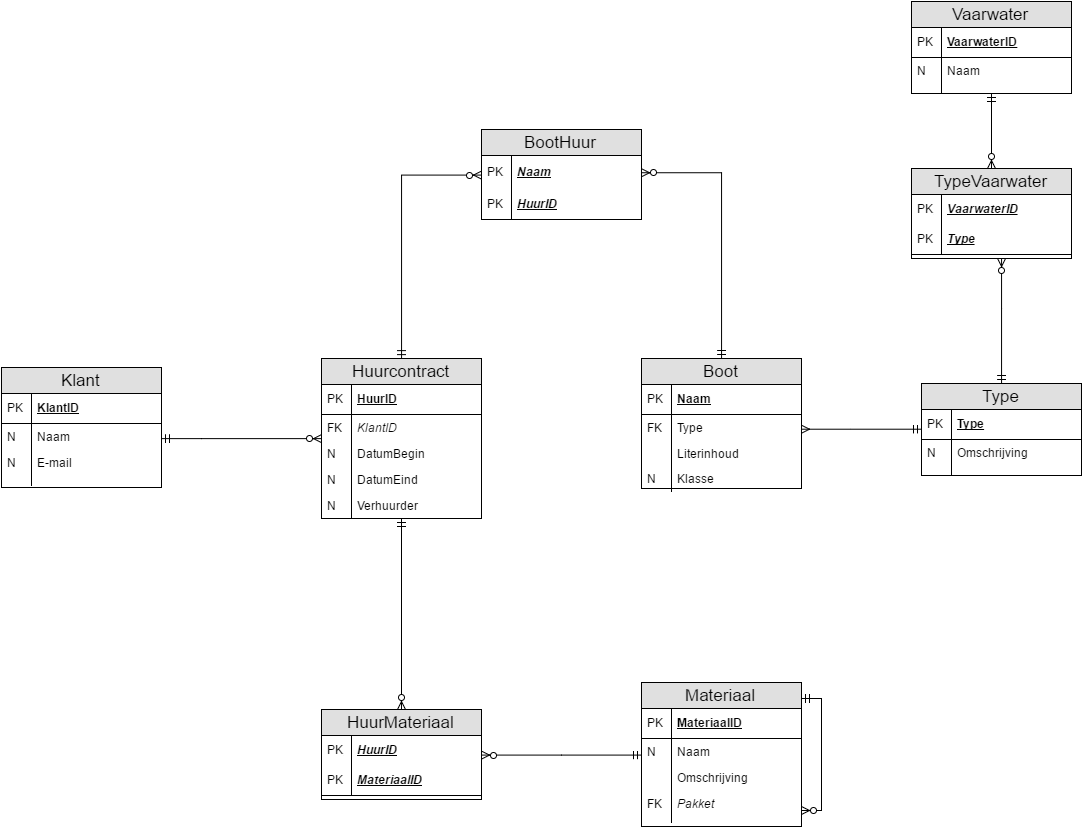
The draw.io diagram Documentatie/Database model 't Sloepke.png in FireRageNL/LivePerformance, before a commit. Source tidied: cells renumbered, new cells last; positions are measured from the earlier drawing's top-left corner, leaving out a move shared by most shapes.
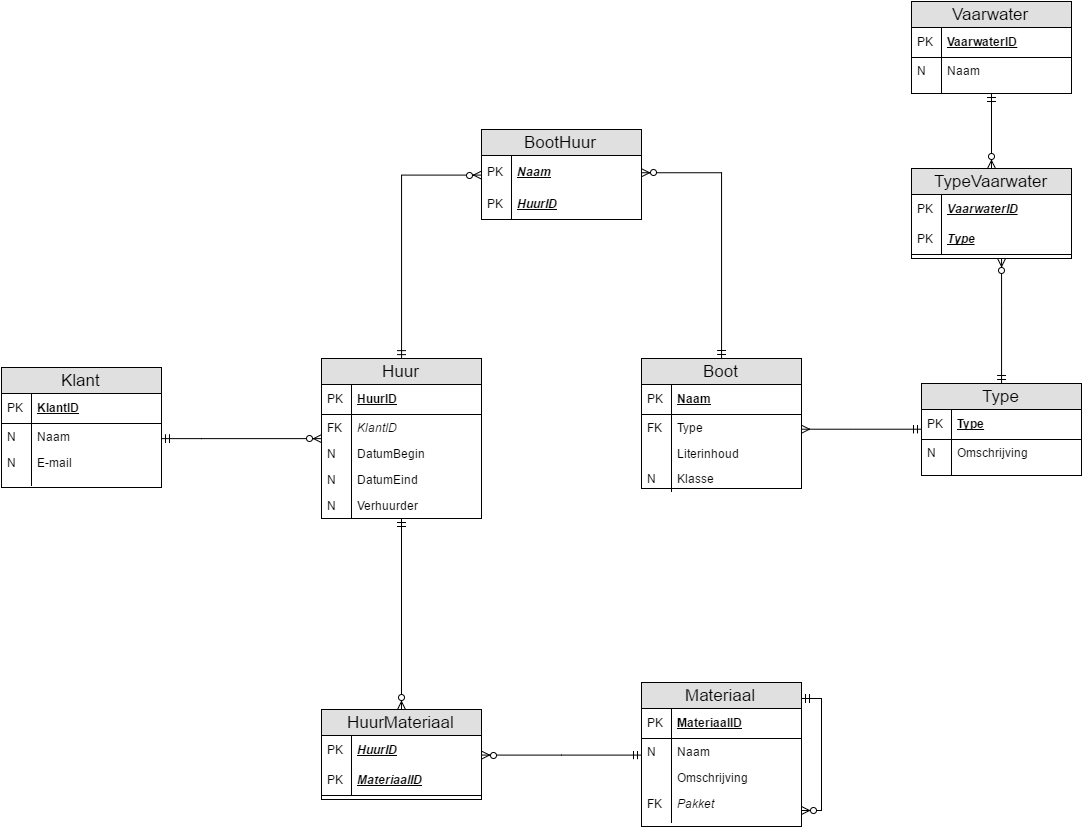
The same diagram one commit later.

Commit message:
kleine verandering in ERD en databasemodel (HUURCONTRACT hernoemd naar HUUR) plus kleine aanpassing in database sql bestand

The edit, as a diff of the source:
```diff
@@ -37,7 +37,7 @@
     <mxCell id="11" style="shape=partialRectangle;top=0;left=0;bottom=0;html=1;fillColor=none;align=left;verticalAlign=top;spacingLeft=4;spacingRight=4;whiteSpace=wrap;overflow=hidden;" parent="10" vertex="1">
       <mxGeometry width="30" height="10" as="geometry" />
     </mxCell>
-    <mxCell id="12" value="Huurcontract" style="swimlane;html=1;fontStyle=0;horizontal=1;startSize=26;fillColor=#e0e0e0;swimlaneFillColor=#ffffff;align=center;fontSize=17;" parent="1" vertex="1">
+    <mxCell id="12" value="Huur" style="swimlane;html=1;fontStyle=0;horizontal=1;startSize=26;fillColor=#e0e0e0;swimlaneFillColor=#ffffff;align=center;fontSize=17;" parent="1" vertex="1">
       <mxGeometry x="320" y="357" width="160" height="160" as="geometry" />
     </mxCell>
     <mxCell id="13" value="HuurID" style="shape=partialRectangle;top=0;left=0;right=0;bottom=1;html=1;align=left;verticalAlign=middle;fillColor=none;spacingLeft=34;spacingRight=4;whiteSpace=wrap;overflow=hidden;fontStyle=5;" parent="12" vertex="1">
```
